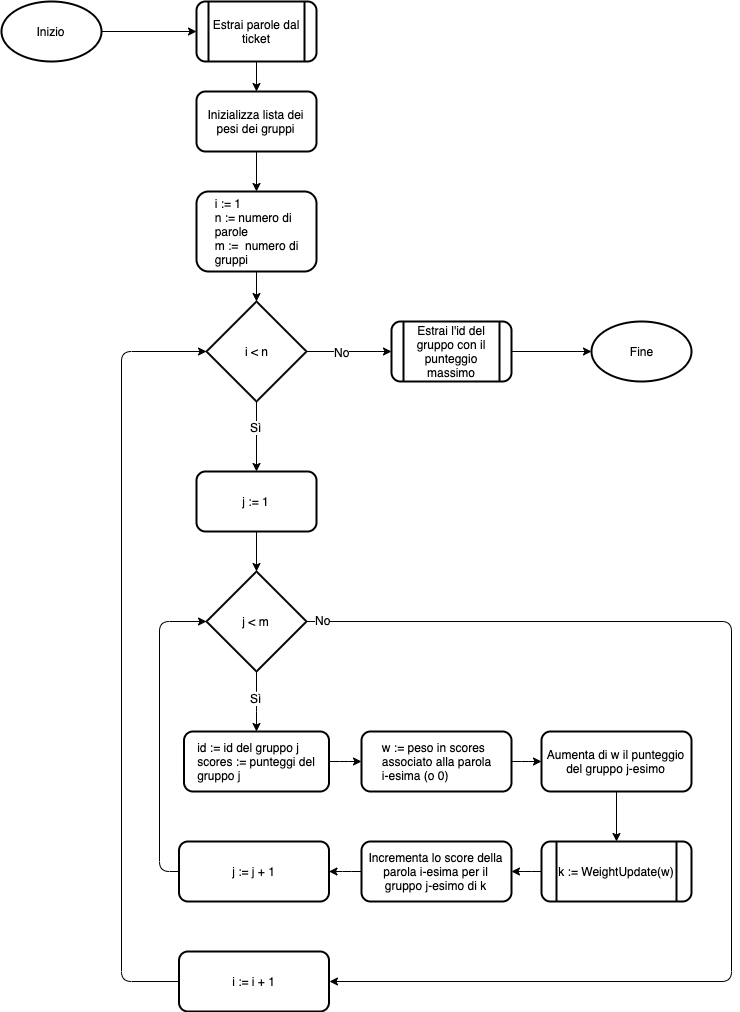
Above: docs/latex/images/iterazione3/flowchart-assegnamento-ticket.png in shxdow/aep (draw.io), before the change. Source tidied: cells renumbered, new cells last; positions are measured from the earlier drawing's top-left corner, leaving out a move shared by most shapes.
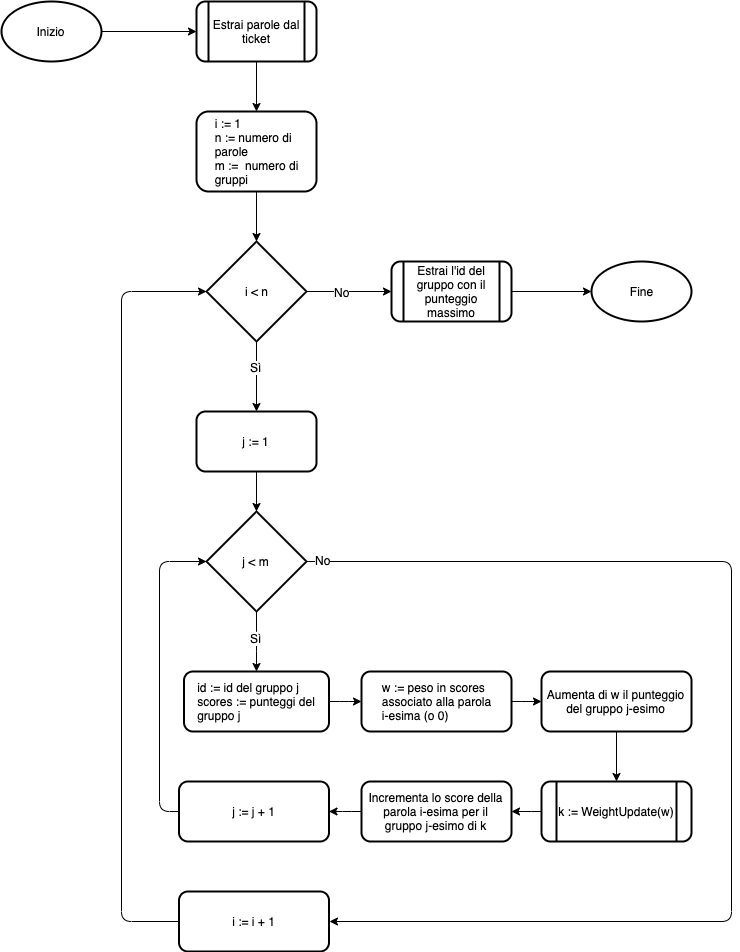
The same file after the commit.

Commit message:
fixed flowchart diagram

Change to the diagram source:
```diff
@@ -6,25 +6,19 @@
       <mxGeometry relative="1" as="geometry" />
     </mxCell>
     <mxCell id="3" value="Inizio" style="strokeWidth=2;html=1;shape=mxgraph.flowchart.start_1;whiteSpace=wrap;" parent="1" vertex="1">
-      <mxGeometry width="100" height="60" as="geometry" />
+      <mxGeometry y="60" width="100" height="60" as="geometry" />
     </mxCell>
-    <mxCell id="4" style="edgeStyle=orthogonalEdgeStyle;rounded=1;jettySize=auto;html=1;exitX=0.5;exitY=1;exitDx=0;exitDy=0;entryX=0.5;entryY=0;entryDx=0;entryDy=0;strokeColor=#000000;" parent="1" edge="1" source="5" target="9">
+    <mxCell id="4" style="edgeStyle=orthogonalEdgeStyle;rounded=1;jettySize=auto;html=1;exitX=0.5;exitY=1;exitDx=0;exitDy=0;entryX=0.5;entryY=0;entryDx=0;entryDy=0;strokeColor=#000000;" parent="1" edge="1" source="7" target="9">
       <mxGeometry relative="1" as="geometry" />
     </mxCell>
-    <mxCell id="5" value="Inizializza lista dei pesi dei gruppi" style="rounded=1;whiteSpace=wrap;html=1;strokeColor=#000000;strokeWidth=2;" parent="1" vertex="1">
-      <mxGeometry x="195" y="90" width="120" height="60" as="geometry" />
-    </mxCell>
-    <mxCell id="6" style="edgeStyle=orthogonalEdgeStyle;rounded=1;jettySize=auto;html=1;exitX=0.5;exitY=1;exitDx=0;exitDy=0;entryX=0.5;entryY=0;entryDx=0;entryDy=0;strokeColor=#000000;" parent="1" edge="1" source="7" target="5">
-      <mxGeometry relative="1" as="geometry" />
-    </mxCell>
     <mxCell id="7" value="Estrai parole dal ticket" style="shape=process;whiteSpace=wrap;html=1;backgroundOutline=1;strokeColor=#000000;strokeWidth=2;rounded=1;" parent="1" vertex="1">
-      <mxGeometry x="195" width="120" height="60" as="geometry" />
+      <mxGeometry x="195" y="60" width="120" height="60" as="geometry" />
     </mxCell>
     <mxCell id="8" style="edgeStyle=orthogonalEdgeStyle;rounded=1;jettySize=auto;html=1;exitX=0.5;exitY=1;exitDx=0;exitDy=0;entryX=0.5;entryY=0;entryDx=0;entryDy=0;entryPerimeter=0;strokeColor=#000000;" parent="1" edge="1" source="9" target="14">
       <mxGeometry relative="1" as="geometry" />
     </mxCell>
     <mxCell id="9" value="&lt;div style=&quot;text-align: left&quot;&gt;&lt;span&gt;i := 1&lt;/span&gt;&lt;/div&gt;&lt;div style=&quot;text-align: left&quot;&gt;&lt;span&gt;n := numero di&lt;/span&gt;&lt;/div&gt;&lt;div style=&quot;text-align: left&quot;&gt;&lt;span&gt;parole&lt;br&gt;m :=&amp;nbsp; numero di&lt;br&gt;gruppi&lt;/span&gt;&lt;/div&gt;" style="rounded=1;whiteSpace=wrap;html=1;strokeColor=#000000;strokeWidth=2;" parent="1" vertex="1">
-      <mxGeometry x="195" y="190" width="120" height="80" as="geometry" />
+      <mxGeometry x="195" y="170" width="120" height="80" as="geometry" />
     </mxCell>
     <mxCell id="10" style="edgeStyle=orthogonalEdgeStyle;rounded=1;jettySize=auto;html=1;exitX=0.5;exitY=1;exitDx=0;exitDy=0;exitPerimeter=0;entryX=0.5;entryY=0;entryDx=0;entryDy=0;strokeColor=#000000;" parent="1" edge="1" source="14" target="16">
       <mxGeometry relative="1" as="geometry" />
```
